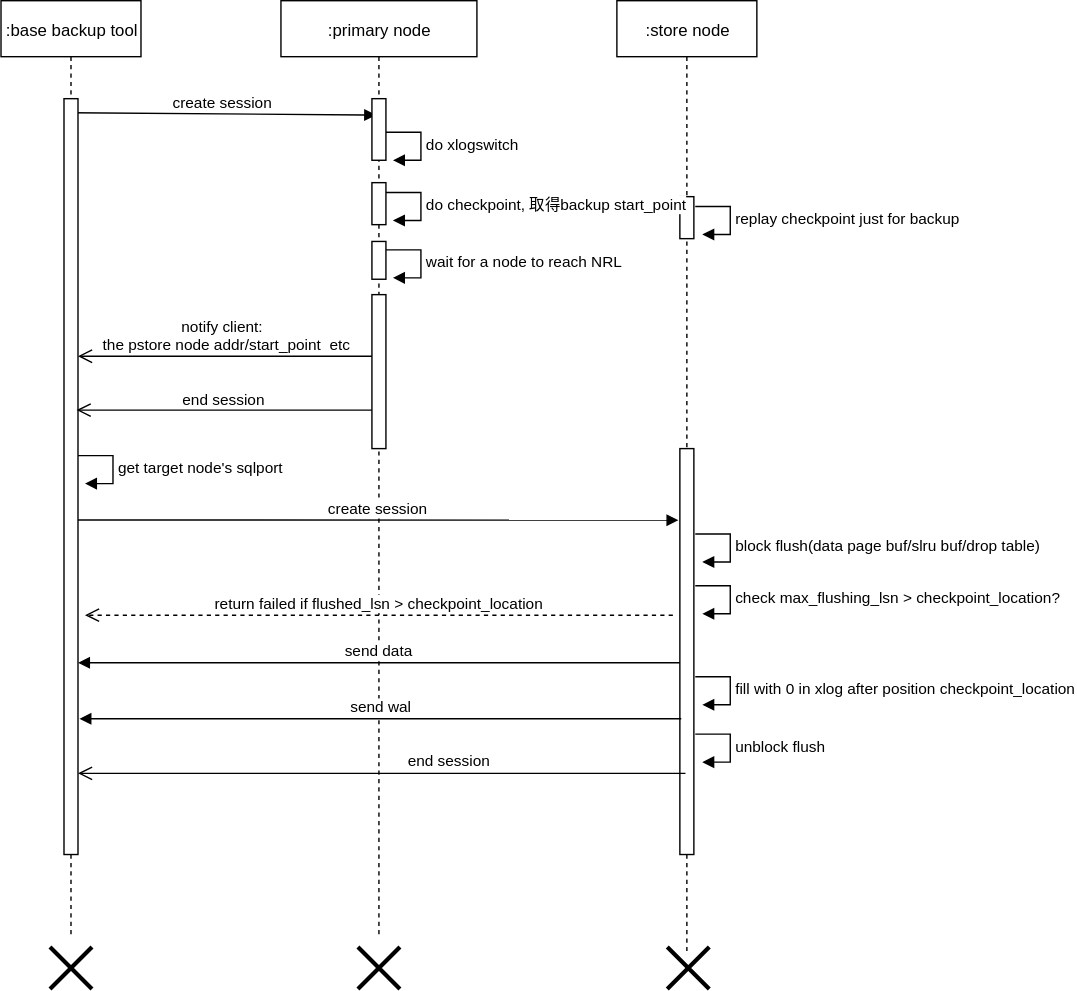
simbahebinbo/smallfat.github.io keeps this draw.io diagram as attachments/1640158663666.drawio.svg. Above is the earlier version. Source tidied: cells renumbered, new cells last; positions are measured from the earlier drawing's top-left corner, leaving out a move shared by most shapes.
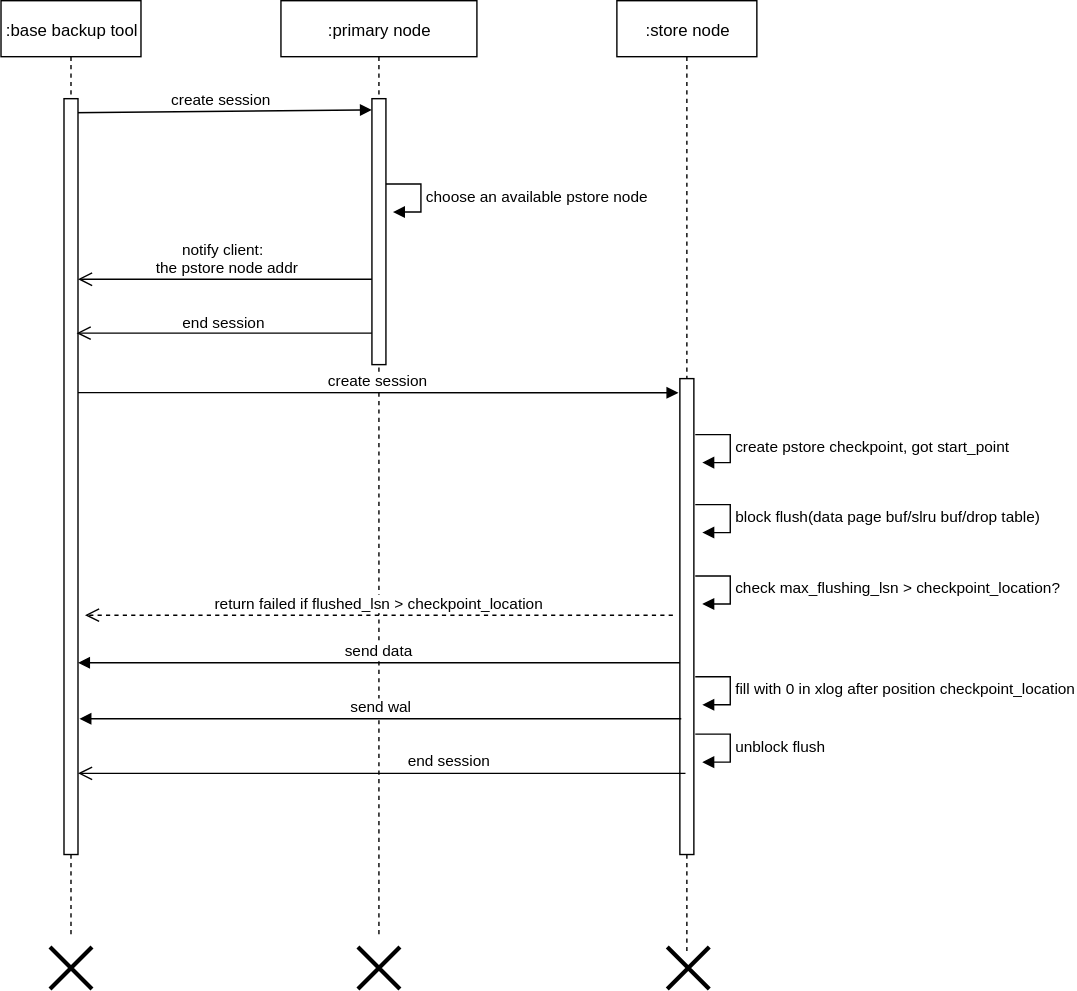
Later version of the same file.

Commit message:
添加附件 : attachments/1640158663666.drawio.svg

Diff of the diagram source:
```diff
@@ -5,9 +5,10 @@
     <mxCell id="2" value=":base backup tool" style="shape=umlLifeline;perimeter=lifelinePerimeter;whiteSpace=wrap;html=1;" parent="1" vertex="1">
       <mxGeometry width="100" height="670" as="geometry" />
     </mxCell>
-    <mxCell id="3" value="create session" style="html=1;verticalAlign=bottom;endArrow=block;entryX=0.486;entryY=0.122;entryDx=0;entryDy=0;entryPerimeter=0;" parent="2" edge="1" target="6">
+    <mxCell id="3" value="create session" style="html=1;verticalAlign=bottom;endArrow=block;entryX=0;entryY=0.182;entryDx=0;entryDy=0;entryPerimeter=0;" parent="2" edge="1">
       <mxGeometry relative="1" as="geometry">
         <mxPoint x="50" y="80" as="sourcePoint" />
+        <mxPoint x="265" y="78" as="targetPoint" />
       </mxGeometry>
     </mxCell>
     <mxCell id="4" style="html=1;perimeter=orthogonalPerimeter;" parent="2" vertex="1">
@@ -19,40 +20,19 @@
     <mxCell id="6" value=":primary node" style="html=1;points=[];perimeter=orthogonalPerimeter;shape=umlLifeline;participant=label;fontFamily=Helvetica;fontSize=12;fontColor=#000000;align=center;strokeColor=#000000;fillColor=#ffffff;" parent="1" vertex="1">
       <mxGeometry x="200" width="140" height="670" as="geometry" />
     </mxCell>
-    <mxCell id="7" style="html=1;perimeter=orthogonalPerimeter;" parent="6" vertex="1">
-      <mxGeometry x="65" y="130" width="10" height="30" as="geometry" />
-    </mxCell>
-    <mxCell id="8" value="do xlogswitch" style="edgeStyle=orthogonalEdgeStyle;html=1;align=left;spacingLeft=2;endArrow=block;rounded=0;entryX=1;entryY=0;" parent="6" edge="1">
-      <mxGeometry relative="1" as="geometry">
-        <mxPoint x="75" y="94" as="sourcePoint" />
-        <mxPoint x="80" y="114" as="targetPoint" />
-        <Array as="points">
-          <mxPoint x="100" y="94" />
-        </Array>
-      </mxGeometry>
-    </mxCell>
-    <mxCell id="9" style="html=1;perimeter=orthogonalPerimeter;" parent="6" vertex="1">
-      <mxGeometry x="65" y="210" width="10" height="110" as="geometry" />
-    </mxCell>
     <mxCell id="10" style="shape=umlDestroy;whiteSpace=wrap;html=1;strokeWidth=3;" parent="6" vertex="1">
       <mxGeometry x="55" y="676" width="30" height="30" as="geometry" />
     </mxCell>
-    <mxCell id="11" style="html=1;perimeter=orthogonalPerimeter;" parent="6" vertex="1">
-      <mxGeometry x="65" y="70" width="10" height="44" as="geometry" />
-    </mxCell>
     <mxCell id="12" value=":store node" style="shape=umlLifeline;perimeter=lifelinePerimeter;whiteSpace=wrap;html=1;" parent="1" vertex="1">
       <mxGeometry x="440" width="100" height="680" as="geometry" />
     </mxCell>
     <mxCell id="13" style="html=1;perimeter=orthogonalPerimeter;" parent="12" vertex="1">
-      <mxGeometry x="45" y="320" width="10" height="290" as="geometry" />
+      <mxGeometry x="45" y="270" width="10" height="340" as="geometry" />
     </mxCell>
-    <mxCell id="14" style="html=1;perimeter=orthogonalPerimeter;" parent="12" vertex="1">
-      <mxGeometry x="45" y="140" width="10" height="30" as="geometry" />
-    </mxCell>
-    <mxCell id="15" value="notify client:&amp;nbsp;&lt;br&gt;&amp;nbsp;the pstore node addr/start_point&amp;nbsp; etc" style="html=1;verticalAlign=bottom;endArrow=open;endSize=8;exitX=0;exitY=0.95;" parent="1" edge="1">
+    <mxCell id="15" value="notify client:&amp;nbsp;&lt;br&gt;&amp;nbsp;the pstore node addr" style="html=1;verticalAlign=bottom;endArrow=open;endSize=8;exitX=0;exitY=0.95;" parent="1" edge="1">
       <mxGeometry relative="1" as="geometry">
-        <mxPoint x="265" y="254" as="sourcePoint" />
-        <mxPoint x="55" y="254" as="targetPoint" />
+        <mxPoint x="265" y="199" as="sourcePoint" />
+        <mxPoint x="55" y="199" as="targetPoint" />
       </mxGeometry>
     </mxCell>
     <mxCell id="16" value="send data" style="html=1;verticalAlign=bottom;endArrow=block;" parent="1" edge="1">
@@ -63,8 +43,8 @@
     </mxCell>
     <mxCell id="17" value="create session" style="html=1;verticalAlign=bottom;endArrow=block;entryX=-0.1;entryY=0.076;entryDx=0;entryDy=0;entryPerimeter=0;exitX=1;exitY=0.4;exitDx=0;exitDy=0;exitPerimeter=0;" parent="1" edge="1">
       <mxGeometry relative="1" as="geometry">
-        <mxPoint x="55" y="371" as="sourcePoint" />
-        <mxPoint x="484" y="371.1" as="targetPoint" />
+        <mxPoint x="55" y="280" as="sourcePoint" />
+        <mxPoint x="484" y="280.1" as="targetPoint" />
       </mxGeometry>
     </mxCell>
     <mxCell id="18" value="send wal" style="html=1;verticalAlign=bottom;endArrow=block;" parent="1" edge="1">
@@ -75,8 +55,8 @@
     </mxCell>
     <mxCell id="19" value="end session" style="html=1;verticalAlign=bottom;endArrow=open;endSize=8;" parent="1" edge="1">
       <mxGeometry relative="1" as="geometry">
-        <mxPoint x="265" y="292.5" as="sourcePoint" />
-        <mxPoint x="54" y="292.5" as="targetPoint" />
+        <mxPoint x="265" y="237.5" as="sourcePoint" />
+        <mxPoint x="54" y="237.5" as="targetPoint" />
       </mxGeometry>
     </mxCell>
     <mxCell id="20" value="end session" style="html=1;verticalAlign=bottom;endArrow=open;endSize=8;" parent="1" edge="1">
@@ -88,60 +68,33 @@
     <mxCell id="21" style="shape=umlDestroy;whiteSpace=wrap;html=1;strokeWidth=3;" parent="1" vertex="1">
       <mxGeometry x="476" y="676" width="30" height="30" as="geometry" />
     </mxCell>
-    <mxCell id="22" value="do checkpoint, 取得backup start_point" style="edgeStyle=orthogonalEdgeStyle;html=1;align=left;spacingLeft=2;endArrow=block;rounded=0;entryX=1;entryY=0;" parent="1" edge="1">
-      <mxGeometry relative="1" as="geometry">
-        <mxPoint x="275" y="137" as="sourcePoint" />
-        <mxPoint x="280" y="157" as="targetPoint" />
-        <Array as="points">
-          <mxPoint x="300" y="137" />
-        </Array>
-      </mxGeometry>
-    </mxCell>
     <mxCell id="23" style="html=1;perimeter=orthogonalPerimeter;" parent="1" vertex="1">
-      <mxGeometry x="265" y="172" width="10" height="27" as="geometry" />
+      <mxGeometry x="265" y="70" width="10" height="190" as="geometry" />
     </mxCell>
-    <mxCell id="24" value="wait for a node to reach NRL" style="edgeStyle=orthogonalEdgeStyle;html=1;align=left;spacingLeft=2;endArrow=block;rounded=0;entryX=1;entryY=0;" parent="1" edge="1">
+    <mxCell id="24" value="choose an available pstore node" style="edgeStyle=orthogonalEdgeStyle;html=1;align=left;spacingLeft=2;endArrow=block;rounded=0;entryX=1;entryY=0;" parent="1" edge="1">
       <mxGeometry relative="1" as="geometry">
-        <mxPoint x="275" y="178" as="sourcePoint" />
-        <mxPoint x="280" y="198" as="targetPoint" />
+        <mxPoint x="275" y="131" as="sourcePoint" />
+        <mxPoint x="280" y="151" as="targetPoint" />
         <Array as="points">
-          <mxPoint x="300" y="178" />
+          <mxPoint x="300" y="131" />
         </Array>
       </mxGeometry>
     </mxCell>
-    <mxCell id="25" value="get target node's sqlport" style="edgeStyle=orthogonalEdgeStyle;html=1;align=left;spacingLeft=2;endArrow=block;rounded=0;entryX=1;entryY=0;" parent="1" edge="1">
-      <mxGeometry relative="1" as="geometry">
-        <mxPoint x="55" y="325" as="sourcePoint" />
-        <mxPoint x="60" y="345" as="targetPoint" />
-        <Array as="points">
-          <mxPoint x="80" y="325" />
-        </Array>
-      </mxGeometry>
-    </mxCell>
-    <mxCell id="26" value="replay checkpoint just for backup" style="edgeStyle=orthogonalEdgeStyle;html=1;align=left;spacingLeft=2;endArrow=block;rounded=0;entryX=1;entryY=0;" parent="1" edge="1">
-      <mxGeometry relative="1" as="geometry">
-        <mxPoint x="496" y="147" as="sourcePoint" />
-        <mxPoint x="501" y="167" as="targetPoint" />
-        <Array as="points">
-          <mxPoint x="521" y="147" />
-        </Array>
-      </mxGeometry>
-    </mxCell>
     <mxCell id="27" value="check max_flushing_lsn &amp;gt; checkpoint_location?" style="edgeStyle=orthogonalEdgeStyle;html=1;align=left;spacingLeft=2;endArrow=block;rounded=0;entryX=1;entryY=0;" parent="1" edge="1">
       <mxGeometry relative="1" as="geometry">
-        <mxPoint x="496" y="418" as="sourcePoint" />
-        <mxPoint x="501" y="438" as="targetPoint" />
+        <mxPoint x="496" y="411" as="sourcePoint" />
+        <mxPoint x="501" y="431" as="targetPoint" />
         <Array as="points">
-          <mxPoint x="521" y="418" />
+          <mxPoint x="521" y="411" />
         </Array>
       </mxGeometry>
     </mxCell>
     <mxCell id="28" value="block flush(data page buf/slru buf/drop table)" style="edgeStyle=orthogonalEdgeStyle;html=1;align=left;spacingLeft=2;endArrow=block;rounded=0;entryX=1;entryY=0;" parent="1" edge="1">
       <mxGeometry relative="1" as="geometry">
-        <mxPoint x="496" y="381" as="sourcePoint" />
-        <mxPoint x="501" y="401" as="targetPoint" />
+        <mxPoint x="496" y="360" as="sourcePoint" />
+        <mxPoint x="501" y="380" as="targetPoint" />
         <Array as="points">
-          <mxPoint x="521" y="381" />
+          <mxPoint x="521" y="360" />
         </Array>
       </mxGeometry>
     </mxCell>
@@ -169,5 +122,14 @@
         </Array>
       </mxGeometry>
     </mxCell>
+    <mxCell id="32" value="create pstore checkpoint, got start_point" style="edgeStyle=orthogonalEdgeStyle;html=1;align=left;spacingLeft=2;endArrow=block;rounded=0;entryX=1;entryY=0;" parent="1" edge="1">
+      <mxGeometry relative="1" as="geometry">
+        <mxPoint x="496" y="310" as="sourcePoint" />
+        <mxPoint x="501" y="330" as="targetPoint" />
+        <Array as="points">
+          <mxPoint x="521" y="310" />
+        </Array>
+      </mxGeometry>
+    </mxCell>
   </root>
 </mxGraphModel>
```
